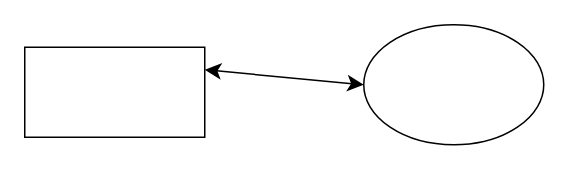
Before: test2.drawio in AKM709/demotbd1, a draw.io diagram. Source tidied: cells renumbered, new cells numbered last; positions are measured from the earlier drawing's top-left corner, leaving out a move shared by most shapes. Both pictures are drawn from the tidied source at 150%, with x=0, y=0 at pixel (24, 24).
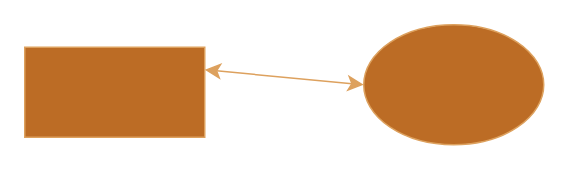
After the change.

Change to the diagram source:
```diff
@@
 <mxGraphModel>
   <root>
     <mxCell id="0" />
     <mxCell id="1" parent="0" />
-    <mxCell id="2" style="rounded=0;whiteSpace=wrap;html=1;" parent="1" vertex="1">
+    <mxCell id="2" style="rounded=0;whiteSpace=wrap;html=1;labelBackgroundColor=none;fillColor=#BC6C25;strokeColor=#DDA15E;fontColor=#FEFAE0;" parent="1" vertex="1">
       <mxGeometry y="15" width="120" height="60" as="geometry" />
     </mxCell>
-    <mxCell id="3" style="ellipse;whiteSpace=wrap;html=1;" parent="1" vertex="1">
+    <mxCell id="3" style="ellipse;whiteSpace=wrap;html=1;labelBackgroundColor=none;fillColor=#BC6C25;strokeColor=#DDA15E;fontColor=#FEFAE0;" parent="1" vertex="1">
       <mxGeometry x="226" width="120" height="80" as="geometry" />
     </mxCell>
-    <mxCell id="4" style="endArrow=classic;startArrow=classic;html=1;rounded=0;fontSize=12;startSize=8;endSize=8;curved=1;exitX=1;exitY=0.25;exitDx=0;exitDy=0;entryX=0;entryY=0.5;entryDx=0;entryDy=0;flowAnimation=1;" parent="1" edge="1" source="2" target="3">
+    <mxCell id="4" style="endArrow=classic;startArrow=classic;html=1;rounded=0;fontSize=12;startSize=8;endSize=8;curved=1;exitX=1;exitY=0.25;exitDx=0;exitDy=0;entryX=0;entryY=0.5;entryDx=0;entryDy=0;flowAnimation=1;labelBackgroundColor=none;strokeColor=#DDA15E;fontColor=default;" parent="1" edge="1" source="2" target="3">
       <mxGeometry relative="1" as="geometry" />
     </mxCell>
   </root>
 </mxGraphModel>
```
